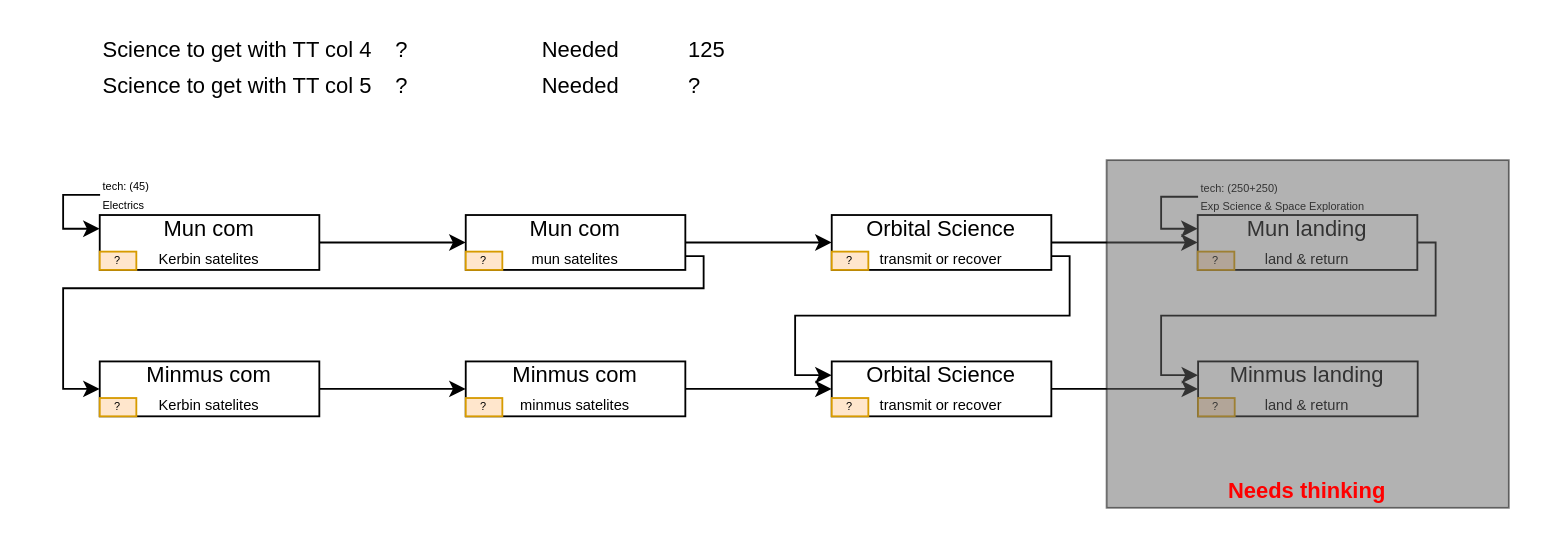
Above: doc/CP4 contracts.drawio in SaphireFalcon/real_career (draw.io), before the change. Source tidied: cells renumbered, new cells numbered last; positions are measured from the earlier drawing's top-left corner, leaving out a move shared by most shapes. Both pictures are drawn from the tidied source at 183%, with x=0, y=0 at pixel (62, 31).
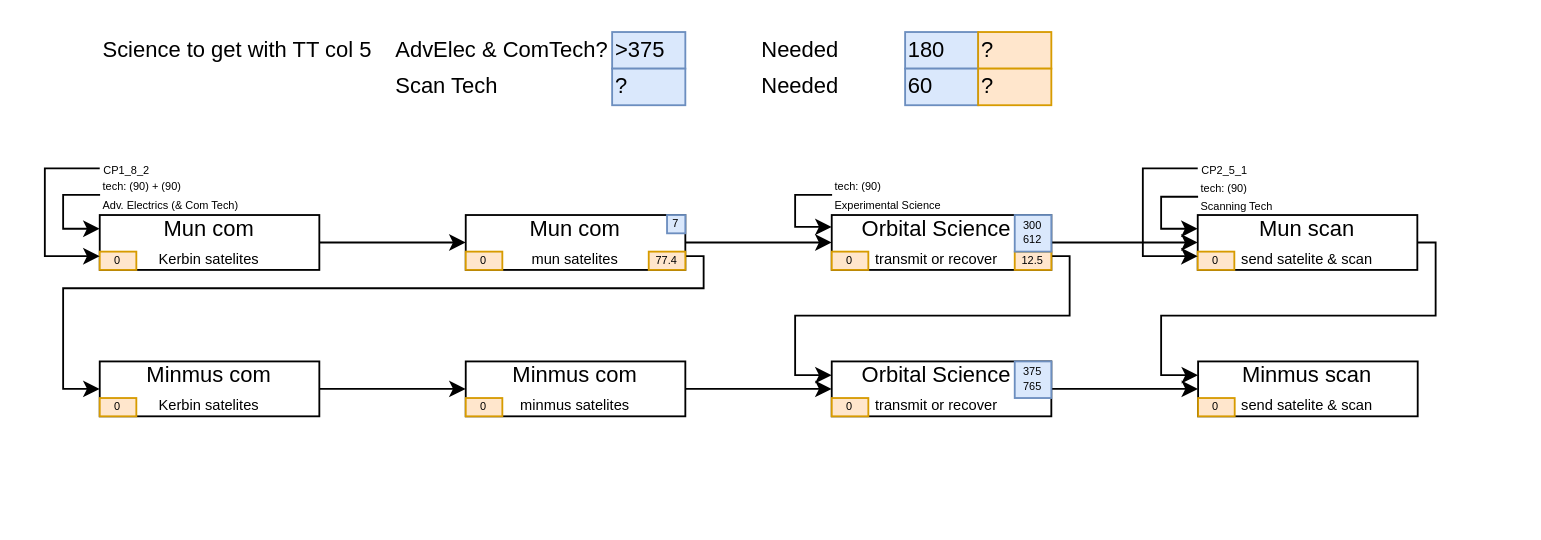
The same diagram, later.

The edit, as a diff of the source:
```diff
@@
-    <mxCell id="4" value="?" style="text;html=1;strokeColor=#d79b00;fillColor=#ffe6cc;align=center;verticalAlign=middle;whiteSpace=wrap;rounded=0;fontSize=6;" parent="1" vertex="1">
+    <mxCell id="4" value="0" style="text;html=1;strokeColor=#d79b00;fillColor=#ffe6cc;align=center;verticalAlign=middle;whiteSpace=wrap;rounded=0;fontSize=6;" parent="1" vertex="1">
       <mxGeometry x="20" y="120" width="20" height="10" as="geometry" />
     </mxCell>
@@
-    <mxCell id="6" value="&lt;font style=&quot;line-height: 100% ; font-size: 6px&quot;&gt;&lt;font style=&quot;font-size: 6px&quot;&gt;tech: (45)&lt;br&gt;&lt;/font&gt;Electrics&lt;br&gt;&lt;/font&gt;" style="text;html=1;align=left;verticalAlign=middle;whiteSpace=wrap;rounded=0;fontSize=8;spacing=2;" parent="1" vertex="1">
-      <mxGeometry x="20.2" y="79" width="60.1" height="20" as="geometry" />
+    <mxCell id="6" value="&lt;font style=&quot;line-height: 100% ; font-size: 6px&quot;&gt;&lt;font style=&quot;font-size: 6px&quot;&gt;tech: (90) + (90)&lt;br&gt;&lt;/font&gt;Adv. Electrics (&amp;amp; Com Tech)&lt;br&gt;&lt;/font&gt;" style="text;html=1;align=left;verticalAlign=middle;whiteSpace=wrap;rounded=0;fontSize=8;spacing=2;" parent="1" vertex="1">
+      <mxGeometry x="20.2" y="79" width="99.8" height="20" as="geometry" />
     </mxCell>
@@
-    <mxCell id="10" value="?" style="text;html=1;strokeColor=#d79b00;fillColor=#ffe6cc;align=center;verticalAlign=middle;whiteSpace=wrap;rounded=0;fontSize=6;" parent="1" vertex="1">
+    <mxCell id="10" value="0" style="text;html=1;strokeColor=#d79b00;fillColor=#ffe6cc;align=center;verticalAlign=middle;whiteSpace=wrap;rounded=0;fontSize=6;" parent="1" vertex="1">
       <mxGeometry x="220" y="120" width="20" height="10" as="geometry" />
     </mxCell>
@@
-    <mxCell id="13" value="?" style="text;html=1;strokeColor=#d79b00;fillColor=#ffe6cc;align=center;verticalAlign=middle;whiteSpace=wrap;rounded=0;fontSize=6;" parent="1" vertex="1">
+    <mxCell id="13" value="0" style="text;html=1;strokeColor=#d79b00;fillColor=#ffe6cc;align=center;verticalAlign=middle;whiteSpace=wrap;rounded=0;fontSize=6;" parent="1" vertex="1">
       <mxGeometry x="20" y="200" width="20" height="10" as="geometry" />
     </mxCell>
@@
-    <mxCell id="16" value="?" style="text;html=1;strokeColor=#d79b00;fillColor=#ffe6cc;align=center;verticalAlign=middle;whiteSpace=wrap;rounded=0;fontSize=6;" parent="1" vertex="1">
+    <mxCell id="16" value="0" style="text;html=1;strokeColor=#d79b00;fillColor=#ffe6cc;align=center;verticalAlign=middle;whiteSpace=wrap;rounded=0;fontSize=6;" parent="1" vertex="1">
       <mxGeometry x="220" y="200" width="20" height="10" as="geometry" />
     </mxCell>
@@
-    <mxCell id="19" value="Orbital Science&lt;br&gt;&lt;span style=&quot;font-size: 8px&quot;&gt;transmit or recover&lt;/span&gt;" style="rounded=0;whiteSpace=wrap;html=1;" parent="1" vertex="1">
+    <mxCell id="19" value="Orbital Science&lt;br&gt;&lt;span style=&quot;font-size: 8px&quot;&gt;transmit or recover&lt;/span&gt;" style="rounded=0;whiteSpace=wrap;html=1;spacingLeft=-5;" parent="1" vertex="1">
       <mxGeometry x="420" y="100" width="120" height="30" as="geometry" />
     </mxCell>
-    <mxCell id="20" value="?" style="text;html=1;strokeColor=#d79b00;fillColor=#ffe6cc;align=center;verticalAlign=middle;whiteSpace=wrap;rounded=0;fontSize=6;" parent="1" vertex="1">
+    <mxCell id="20" value="0" style="text;html=1;strokeColor=#d79b00;fillColor=#ffe6cc;align=center;verticalAlign=middle;whiteSpace=wrap;rounded=0;fontSize=6;" parent="1" vertex="1">
       <mxGeometry x="420" y="120" width="20" height="10" as="geometry" />
     </mxCell>
@@
-    <mxCell id="22" value="Orbital Science&lt;br&gt;&lt;span style=&quot;font-size: 8px&quot;&gt;transmit or recover&lt;/span&gt;" style="rounded=0;whiteSpace=wrap;html=1;" parent="1" vertex="1">
+    <mxCell id="22" value="Orbital Science&lt;br&gt;&lt;span style=&quot;font-size: 8px&quot;&gt;transmit or recover&lt;/span&gt;" style="rounded=0;whiteSpace=wrap;html=1;spacingLeft=-5;" parent="1" vertex="1">
       <mxGeometry x="420" y="180" width="120" height="30" as="geometry" />
     </mxCell>
-    <mxCell id="23" value="?" style="text;html=1;strokeColor=#d79b00;fillColor=#ffe6cc;align=center;verticalAlign=middle;whiteSpace=wrap;rounded=0;fontSize=6;" parent="1" vertex="1">
+    <mxCell id="23" value="0" style="text;html=1;strokeColor=#d79b00;fillColor=#ffe6cc;align=center;verticalAlign=middle;whiteSpace=wrap;rounded=0;fontSize=6;" parent="1" vertex="1">
       <mxGeometry x="420" y="200" width="20" height="10" as="geometry" />
     </mxCell>
@@
-    <mxCell id="25" value="Mun landing&lt;br&gt;&lt;span style=&quot;font-size: 8px&quot;&gt;land &amp;amp; return&lt;/span&gt;" style="rounded=0;whiteSpace=wrap;html=1;" parent="1" vertex="1">
+    <mxCell id="25" value="Mun scan&lt;br&gt;&lt;span style=&quot;font-size: 8px&quot;&gt;send satelite &amp;amp; scan&lt;/span&gt;" style="rounded=0;whiteSpace=wrap;html=1;" parent="1" vertex="1">
       <mxGeometry x="620" y="100" width="120" height="30" as="geometry" />
     </mxCell>
-    <mxCell id="26" value="?" style="text;html=1;strokeColor=#d79b00;fillColor=#ffe6cc;align=center;verticalAlign=middle;whiteSpace=wrap;rounded=0;fontSize=6;" parent="1" vertex="1">
+    <mxCell id="26" value="0" style="text;html=1;strokeColor=#d79b00;fillColor=#ffe6cc;align=center;verticalAlign=middle;whiteSpace=wrap;rounded=0;fontSize=6;" parent="1" vertex="1">
       <mxGeometry x="620" y="120" width="20" height="10" as="geometry" />
     </mxCell>
@@
-    <mxCell id="28" value="&lt;font style=&quot;line-height: 100% ; font-size: 6px&quot;&gt;&lt;font style=&quot;font-size: 6px&quot;&gt;tech: (250+250)&lt;br&gt;&lt;/font&gt;Exp Science &amp;amp; Space Exploration&lt;br&gt;&lt;/font&gt;" style="text;html=1;align=left;verticalAlign=middle;whiteSpace=wrap;rounded=0;fontSize=8;spacing=2;" parent="1" vertex="1">
+    <mxCell id="28" value="&lt;font style=&quot;line-height: 100% ; font-size: 6px&quot;&gt;&lt;font style=&quot;font-size: 6px&quot;&gt;tech: (90)&lt;br&gt;&lt;/font&gt;Scanning Tech&lt;br&gt;&lt;/font&gt;" style="text;html=1;align=left;verticalAlign=middle;whiteSpace=wrap;rounded=0;fontSize=8;spacing=2;" parent="1" vertex="1">
       <mxGeometry x="620.2" y="80" width="119.8" height="20" as="geometry" />
     </mxCell>
-    <mxCell id="29" value="Minmus landing&lt;br&gt;&lt;span style=&quot;font-size: 8px&quot;&gt;land &amp;amp; return&lt;/span&gt;" style="rounded=0;whiteSpace=wrap;html=1;" parent="1" vertex="1">
+    <mxCell id="29" value="Minmus scan&lt;br&gt;&lt;span style=&quot;font-size: 8px&quot;&gt;send satelite &amp;amp; scan&lt;/span&gt;" style="rounded=0;whiteSpace=wrap;html=1;" parent="1" vertex="1">
       <mxGeometry x="620.2" y="180" width="120" height="30" as="geometry" />
     </mxCell>
-    <mxCell id="30" value="?" style="text;html=1;strokeColor=#d79b00;fillColor=#ffe6cc;align=center;verticalAlign=middle;whiteSpace=wrap;rounded=0;fontSize=6;" parent="1" vertex="1">
+    <mxCell id="30" value="0" style="text;html=1;strokeColor=#d79b00;fillColor=#ffe6cc;align=center;verticalAlign=middle;whiteSpace=wrap;rounded=0;fontSize=6;" parent="1" vertex="1">
       <mxGeometry x="620.2" y="200" width="20" height="10" as="geometry" />
     </mxCell>
-    <mxCell id="31" value="&lt;font color=&quot;#ff0000&quot;&gt;Needs thinking&lt;/font&gt;" style="rounded=0;whiteSpace=wrap;html=1;opacity=50;fillColor=#666666;verticalAlign=bottom;fontStyle=1;" parent="1" vertex="1">
-      <mxGeometry x="570.2" y="70" width="219.8" height="190" as="geometry" />
-    </mxCell>
-    <mxCell id="32" value="Science to get with TT col 4" style="text;html=1;strokeColor=none;fillColor=none;align=left;verticalAlign=middle;whiteSpace=wrap;rounded=0;fontColor=#000000;" parent="1" vertex="1">
-      <mxGeometry x="20" width="160" height="20" as="geometry" />
-    </mxCell>
-    <mxCell id="33" value="?" style="text;html=1;strokeColor=none;fillColor=none;align=left;verticalAlign=middle;whiteSpace=wrap;rounded=0;fontColor=#000000;" parent="1" vertex="1">
-      <mxGeometry x="180" width="40" height="20" as="geometry" />
-    </mxCell>
     <mxCell id="34" value="Science to get with TT col 5" style="text;html=1;strokeColor=none;fillColor=none;align=left;verticalAlign=middle;whiteSpace=wrap;rounded=0;fontColor=#000000;" parent="1" vertex="1">
-      <mxGeometry x="20" y="20" width="160" height="20" as="geometry" />
+      <mxGeometry x="20.2" width="160" height="20" as="geometry" />
     </mxCell>
-    <mxCell id="35" value="?" style="text;html=1;strokeColor=none;fillColor=none;align=left;verticalAlign=middle;whiteSpace=wrap;rounded=0;fontColor=#000000;" parent="1" vertex="1">
-      <mxGeometry x="180" y="20" width="40" height="20" as="geometry" />
-    </mxCell>
-    <mxCell id="36" value="Needed" style="text;html=1;strokeColor=none;fillColor=none;align=left;verticalAlign=middle;whiteSpace=wrap;rounded=0;fontColor=#000000;" parent="1" vertex="1">
-      <mxGeometry x="260" width="80" height="20" as="geometry" />
-    </mxCell>
-    <mxCell id="37" value="125" style="text;html=1;strokeColor=none;fillColor=none;align=left;verticalAlign=middle;whiteSpace=wrap;rounded=0;fontColor=#000000;" parent="1" vertex="1">
-      <mxGeometry x="340" width="40" height="20" as="geometry" />
-    </mxCell>
-    <mxCell id="38" value="Needed" style="text;html=1;strokeColor=none;fillColor=none;align=left;verticalAlign=middle;whiteSpace=wrap;rounded=0;fontColor=#000000;" parent="1" vertex="1">
-      <mxGeometry x="260.1" y="20" width="80" height="20" as="geometry" />
-    </mxCell>
-    <mxCell id="39" value="?" style="text;html=1;strokeColor=none;fillColor=none;align=left;verticalAlign=middle;whiteSpace=wrap;rounded=0;fontColor=#000000;" parent="1" vertex="1">
-      <mxGeometry x="340.1" y="20" width="40" height="20" as="geometry" />
-    </mxCell>
+    <mxCell id="40" value="&amp;gt;375" style="text;html=1;strokeColor=#6c8ebf;fillColor=#dae8fc;align=left;verticalAlign=middle;whiteSpace=wrap;rounded=0;" parent="1" vertex="1">
+      <mxGeometry x="300" width="40" height="20" as="geometry" />
+    </mxCell>
+    <mxCell id="41" value="Needed" style="text;html=1;strokeColor=none;fillColor=none;align=left;verticalAlign=middle;whiteSpace=wrap;rounded=0;fontColor=#000000;" parent="1" vertex="1">
+      <mxGeometry x="380.1" width="80" height="20" as="geometry" />
+    </mxCell>
+    <mxCell id="42" value="180" style="text;html=1;strokeColor=#6c8ebf;fillColor=#dae8fc;align=left;verticalAlign=middle;whiteSpace=wrap;rounded=0;" parent="1" vertex="1">
+      <mxGeometry x="460.1" width="40" height="20" as="geometry" />
+    </mxCell>
+    <mxCell id="43" value="AdvElec &amp;amp; ComTech?" style="text;html=1;strokeColor=none;fillColor=none;align=left;verticalAlign=middle;whiteSpace=wrap;rounded=0;fontColor=#000000;" parent="1" vertex="1">
+      <mxGeometry x="180" width="120" height="20" as="geometry" />
+    </mxCell>
+    <mxCell id="44" value="?" style="text;html=1;strokeColor=#d79b00;fillColor=#ffe6cc;align=left;verticalAlign=middle;whiteSpace=wrap;rounded=0;" parent="1" vertex="1">
+      <mxGeometry x="500" width="40" height="20" as="geometry" />
+    </mxCell>
+    <mxCell id="45" value="Scan Tech" style="text;html=1;strokeColor=none;fillColor=none;align=left;verticalAlign=middle;whiteSpace=wrap;rounded=0;fontColor=#000000;" parent="1" vertex="1">
+      <mxGeometry x="180.2" y="20" width="120" height="20" as="geometry" />
+    </mxCell>
+    <mxCell id="46" value="?" style="text;html=1;strokeColor=#6c8ebf;fillColor=#dae8fc;align=left;verticalAlign=middle;whiteSpace=wrap;rounded=0;" parent="1" vertex="1">
+      <mxGeometry x="300" y="20" width="40" height="20" as="geometry" />
+    </mxCell>
+    <mxCell id="47" value="60" style="text;html=1;strokeColor=#6c8ebf;fillColor=#dae8fc;align=left;verticalAlign=middle;whiteSpace=wrap;rounded=0;" parent="1" vertex="1">
+      <mxGeometry x="460.1" y="20" width="40" height="20" as="geometry" />
+    </mxCell>
+    <mxCell id="48" value="?" style="text;html=1;strokeColor=#d79b00;fillColor=#ffe6cc;align=left;verticalAlign=middle;whiteSpace=wrap;rounded=0;" parent="1" vertex="1">
+      <mxGeometry x="500" y="20" width="40" height="20" as="geometry" />
+    </mxCell>
+    <mxCell id="49" value="Needed" style="text;html=1;strokeColor=none;fillColor=none;align=left;verticalAlign=middle;whiteSpace=wrap;rounded=0;fontColor=#000000;" parent="1" vertex="1">
+      <mxGeometry x="380.1" y="20" width="80" height="20" as="geometry" />
+    </mxCell>
+    <mxCell id="50" style="edgeStyle=orthogonalEdgeStyle;rounded=0;jettySize=auto;html=1;exitX=0;exitY=0.5;exitDx=0;exitDy=0;entryX=0;entryY=0.75;entryDx=0;entryDy=0;" parent="1" edge="1" source="51">
+      <mxGeometry relative="1" as="geometry">
+        <mxPoint x="20" y="122.5" as="targetPoint" />
+        <Array as="points">
+          <mxPoint x="-10" y="75" />
+          <mxPoint x="-10" y="122" />
+        </Array>
+      </mxGeometry>
+    </mxCell>
+    <mxCell id="51" value="&lt;span style=&quot;font-size: 6px ; text-align: left&quot;&gt;CP1_8_2&lt;/span&gt;" style="text;html=1;strokeColor=none;fillColor=none;align=center;verticalAlign=middle;whiteSpace=wrap;rounded=0;fontSize=8;" parent="1" vertex="1">
+      <mxGeometry x="20" y="70" width="30" height="9" as="geometry" />
+    </mxCell>
+    <mxCell id="52" value="77.4" style="text;html=1;strokeColor=#d79b00;fillColor=#ffe6cc;align=center;verticalAlign=middle;whiteSpace=wrap;rounded=0;fontSize=6;" parent="1" vertex="1">
+      <mxGeometry x="320" y="120" width="20" height="10" as="geometry" />
+    </mxCell>
+    <mxCell id="53" value="7" style="text;html=1;strokeColor=#6c8ebf;fillColor=#dae8fc;align=center;verticalAlign=middle;whiteSpace=wrap;rounded=0;fontSize=6;" parent="1" vertex="1">
+      <mxGeometry x="330" y="100" width="10" height="10" as="geometry" />
+    </mxCell>
+    <mxCell id="54" style="edgeStyle=orthogonalEdgeStyle;rounded=0;jettySize=auto;html=1;exitX=0;exitY=0.5;exitDx=0;exitDy=0;entryX=0;entryY=0.25;entryDx=0;entryDy=0;" parent="1" edge="1" source="55">
+      <mxGeometry relative="1" as="geometry">
+        <mxPoint x="420" y="106.5" as="targetPoint" />
+        <Array as="points">
+          <mxPoint x="400" y="89" />
+          <mxPoint x="400" y="106" />
+        </Array>
+      </mxGeometry>
+    </mxCell>
+    <mxCell id="55" value="&lt;font style=&quot;line-height: 100% ; font-size: 6px&quot;&gt;&lt;font style=&quot;font-size: 6px&quot;&gt;tech: (90)&lt;br&gt;&lt;/font&gt;Experimental Science&lt;br&gt;&lt;/font&gt;" style="text;html=1;align=left;verticalAlign=middle;whiteSpace=wrap;rounded=0;fontSize=8;spacing=2;" parent="1" vertex="1">
+      <mxGeometry x="420.2" y="79" width="119.8" height="20" as="geometry" />
+    </mxCell>
+    <mxCell id="56" value="12.5" style="text;html=1;strokeColor=#d79b00;fillColor=#ffe6cc;align=center;verticalAlign=middle;whiteSpace=wrap;rounded=0;fontSize=6;" parent="1" vertex="1">
+      <mxGeometry x="520" y="120" width="20" height="10" as="geometry" />
+    </mxCell>
+    <mxCell id="57" value="300&lt;br&gt;612" style="text;html=1;strokeColor=#6c8ebf;fillColor=#dae8fc;align=center;verticalAlign=middle;whiteSpace=wrap;rounded=0;fontSize=6;" parent="1" vertex="1">
+      <mxGeometry x="520" y="100" width="20" height="20" as="geometry" />
+    </mxCell>
+    <mxCell id="58" value="375&lt;br&gt;765" style="text;html=1;strokeColor=#6c8ebf;fillColor=#dae8fc;align=center;verticalAlign=middle;whiteSpace=wrap;rounded=0;fontSize=6;" parent="1" vertex="1">
+      <mxGeometry x="520" y="180" width="20" height="20" as="geometry" />
+    </mxCell>
+    <mxCell id="59" style="edgeStyle=orthogonalEdgeStyle;rounded=0;jettySize=auto;html=1;exitX=0;exitY=0.5;exitDx=0;exitDy=0;entryX=0;entryY=0.75;entryDx=0;entryDy=0;" parent="1" edge="1" source="60">
+      <mxGeometry relative="1" as="geometry">
+        <mxPoint x="620" y="122.5" as="targetPoint" />
+        <Array as="points">
+          <mxPoint x="590" y="75" />
+          <mxPoint x="590" y="122" />
+        </Array>
+      </mxGeometry>
+    </mxCell>
+    <mxCell id="60" value="&lt;span style=&quot;font-size: 6px ; text-align: left&quot;&gt;CP2_5_1&lt;/span&gt;" style="text;html=1;strokeColor=none;fillColor=none;align=center;verticalAlign=middle;whiteSpace=wrap;rounded=0;fontSize=8;" parent="1" vertex="1">
+      <mxGeometry x="620" y="70" width="30" height="9" as="geometry" />
+    </mxCell>
```
